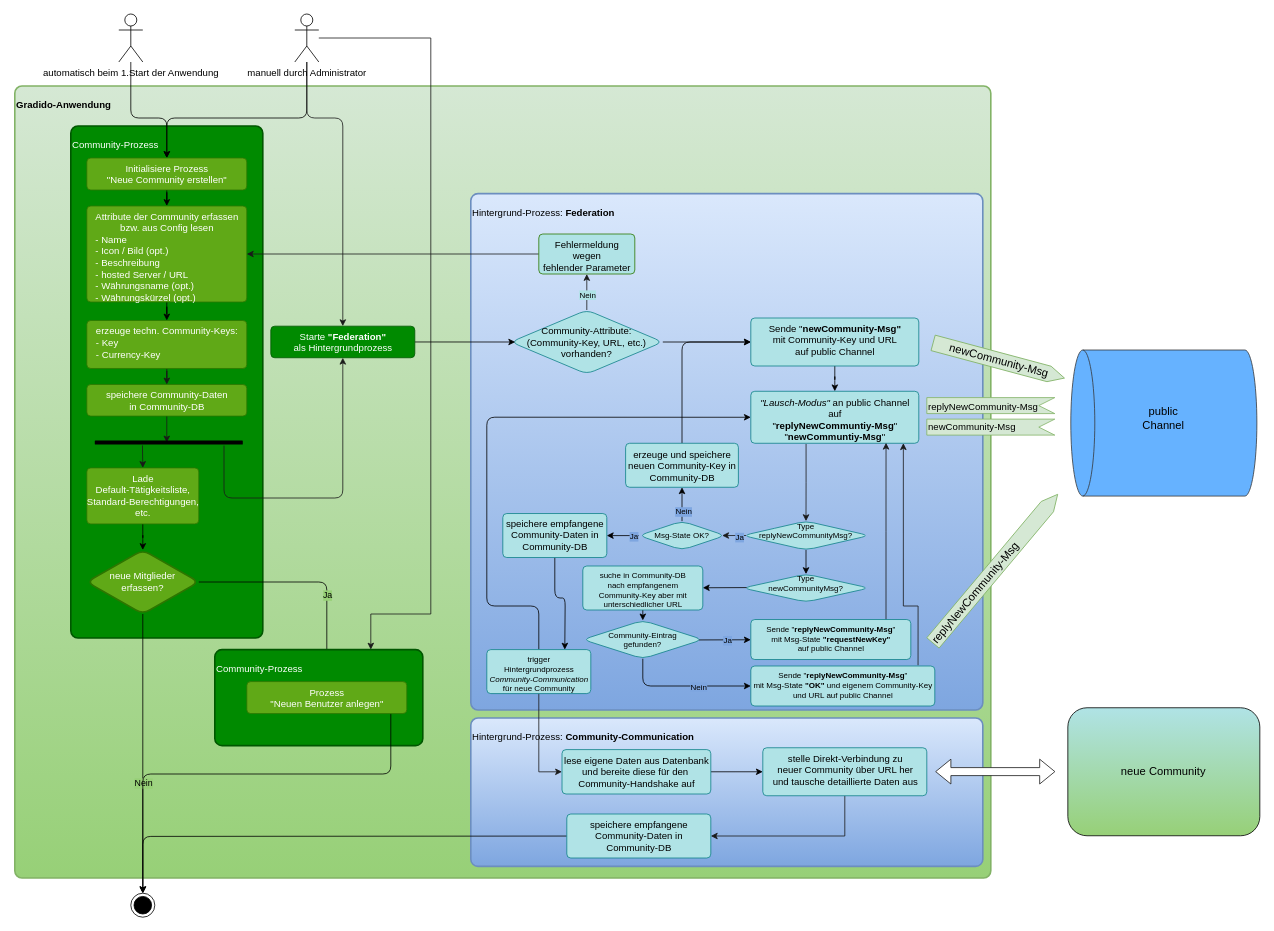
Before: docu/Concepts/BusinessRequirements/graphics/Ablauf_Neue_Community_erstellen.drawio in gradido/gradido, a draw.io diagram. Source tidied: cells renumbered, new cells numbered last; positions are measured from the earlier drawing's top-left corner, leaving out a move shared by most shapes. Both pictures are drawn from the tidied source at 80%, with x=0, y=0 at pixel (14, 14).
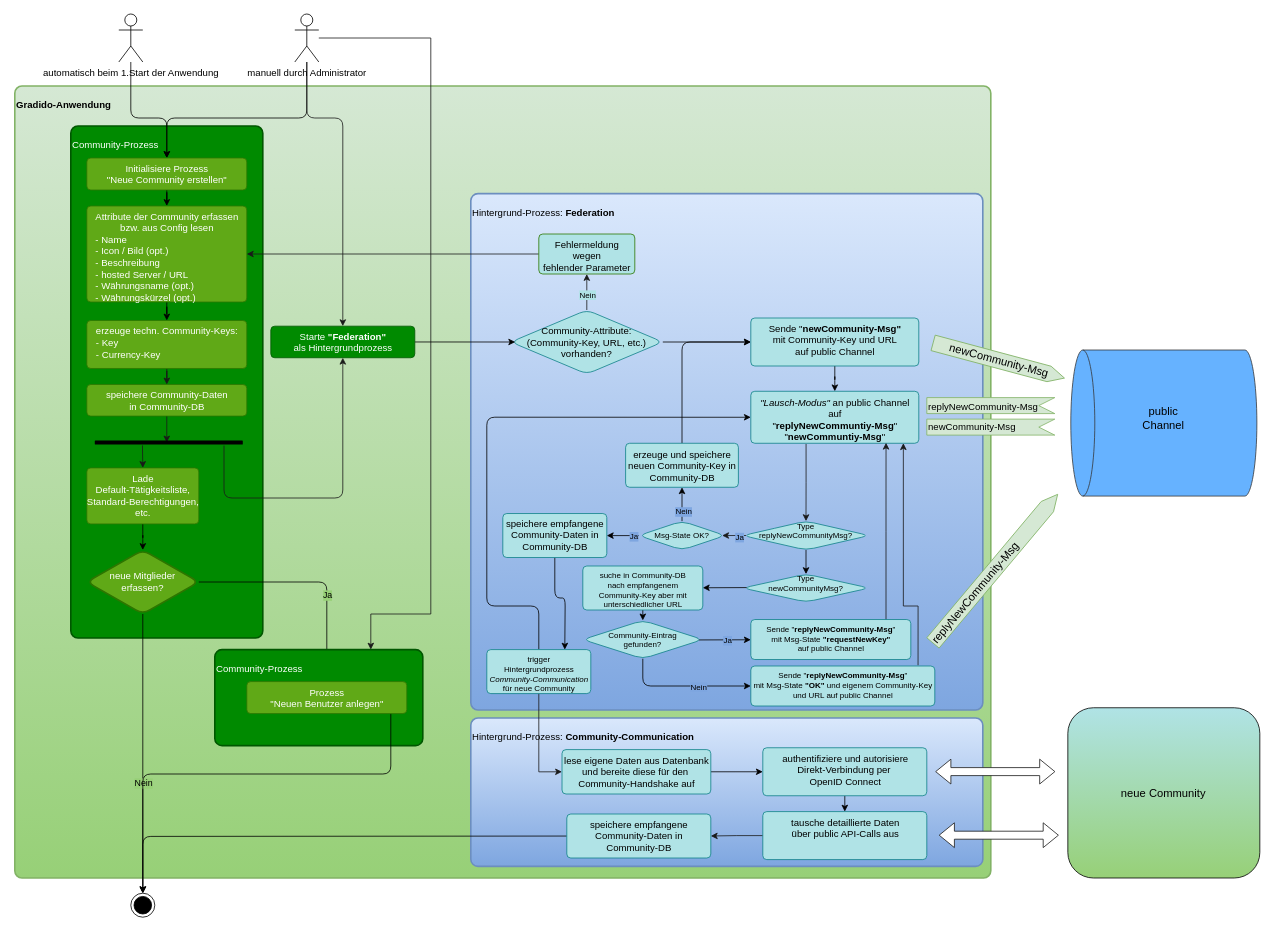
After the change.

Commit message (it also covers changes not shown here):
more details in federation and community communication

Unchanged cells that the change refers to:
```xml
<mxCell id="69" value="speichere empfangene&lt;br&gt;Community-Daten in&lt;br&gt;Community-DB" style="html=1;align=center;verticalAlign=top;absoluteArcSize=1;arcSize=10;dashed=0;fillColor=#b0e3e6;strokeColor=#0e8088;fontColor=#000000;rounded=1;" parent="1" vertex="1">
  <mxGeometry x="690" y="1000" width="180" height="55" as="geometry" />
</mxCell>
```

Diff of the diagram source:
```diff
@@
-    <mxCell id="63" style="edgeStyle=orthogonalEdgeStyle;rounded=0;jettySize=auto;html=1;entryX=1;entryY=0.5;entryDx=0;entryDy=0;fontSize=14;fontColor=#000000;strokeColor=#1A1A1A;fillColor=#ffffff;exitX=0.5;exitY=1;exitDx=0;exitDy=0;" parent="1" edge="1" source="64" target="69">
+    <mxCell id="63" style="edgeStyle=orthogonalEdgeStyle;rounded=0;jettySize=auto;html=1;entryX=1;entryY=0.5;entryDx=0;entryDy=0;fontSize=14;fontColor=#000000;strokeColor=#1A1A1A;fillColor=#ffffff;exitX=0;exitY=0.5;exitDx=0;exitDy=0;" parent="1" edge="1" source="91" target="69">
       <mxGeometry relative="1" as="geometry" />
     </mxCell>
+    <mxCell id="90" style="edgeStyle=none;html=1;fontSize=10;" parent="1" edge="1" source="64" target="91">
+      <mxGeometry relative="1" as="geometry" />
+    </mxCell>
-    <mxCell id="64" value="stelle Direkt-Verbindung zu &lt;br&gt;neuer Community über URL her&lt;br&gt;und tausche detaillierte Daten aus" style="html=1;align=center;verticalAlign=top;absoluteArcSize=1;arcSize=10;dashed=0;fillColor=#b0e3e6;strokeColor=#0e8088;fontColor=#000000;rounded=1;" parent="1" vertex="1">
+    <mxCell id="64" value="authentifiziere und autorisiere&lt;br&gt;Direkt-Verbindung per&amp;nbsp;&lt;br&gt;OpenID Connect" style="html=1;align=center;verticalAlign=top;absoluteArcSize=1;arcSize=10;dashed=0;fillColor=#b0e3e6;strokeColor=#0e8088;fontColor=#000000;rounded=1;" parent="1" vertex="1">
       <mxGeometry x="935" y="917.2" width="205" height="60" as="geometry" />
     </mxCell>
@@
     <mxCell id="67" value="neue Community" style="rounded=1;whiteSpace=wrap;html=1;labelBackgroundColor=none;fontSize=14;fontColor=#000000;fillColor=#B0E3E6;align=center;gradientColor=#97D077;" parent="1" vertex="1">
-      <mxGeometry x="1316.3" y="867.2" width="240" height="160" as="geometry" />
+      <mxGeometry x="1316.3" y="867.2" width="240" height="212.8" as="geometry" />
     </mxCell>
@@
+    <mxCell id="91" value="tausche detaillierte Daten&lt;br&gt;über public API-Calls aus" style="html=1;align=center;verticalAlign=top;absoluteArcSize=1;arcSize=10;dashed=0;fillColor=#b0e3e6;strokeColor=#0e8088;fontColor=#000000;rounded=1;" parent="1" vertex="1">
+      <mxGeometry x="935" y="997" width="205" height="60" as="geometry" />
+    </mxCell>
+    <mxCell id="92" style="shape=flexArrow;endArrow=classic;startArrow=classic;html=1;fontSize=14;fontColor=#000000;strokeColor=#1A1A1A;fillColor=#ffffff;" parent="1" edge="1">
+      <mxGeometry relative="1" as="geometry">
+        <mxPoint x="1155" y="1026.5" as="sourcePoint" />
+        <mxPoint x="1305" y="1026.5" as="targetPoint" />
+      </mxGeometry>
+    </mxCell>
```
